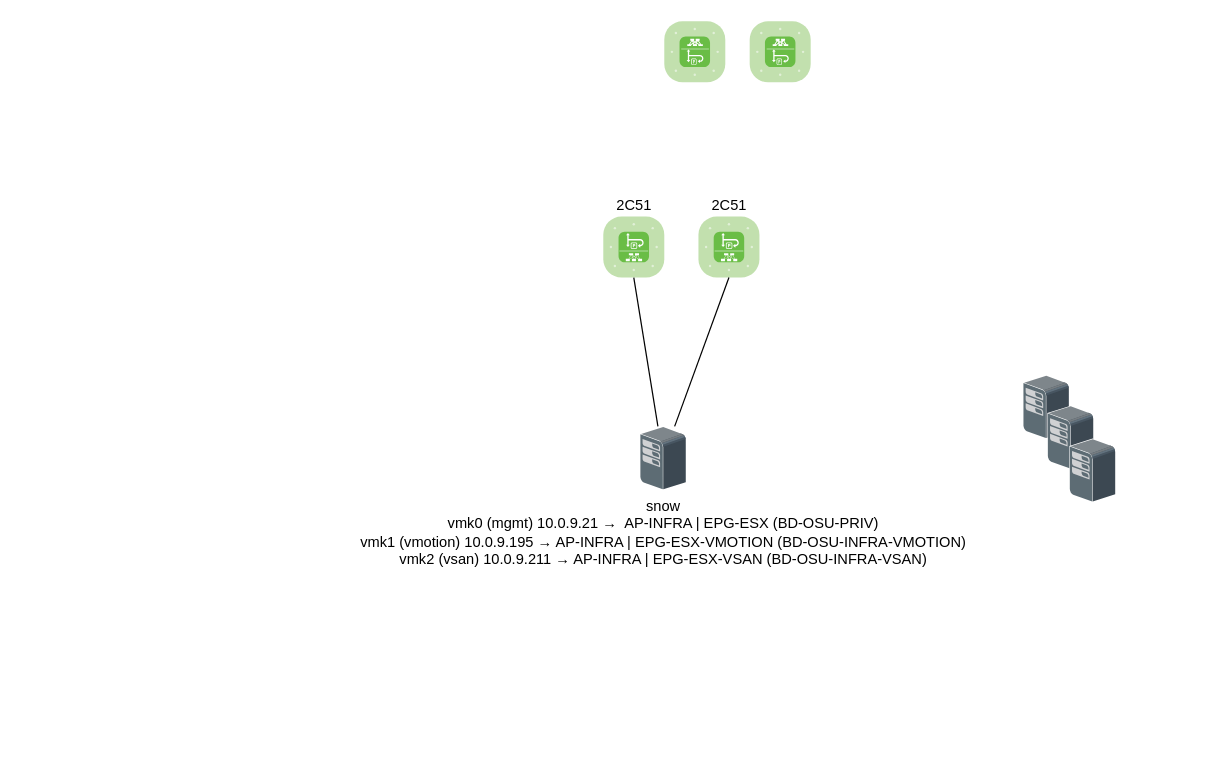
Above: osug/bug-snow.drawio in remche/diagrams (draw.io), before the change. Source tidied: cells renumbered, new cells numbered last; positions are measured from the earlier drawing's top-left corner, leaving out a move shared by most shapes. Both pictures are drawn from the tidied source at 122%, with x=0, y=0 at pixel (603, 21).
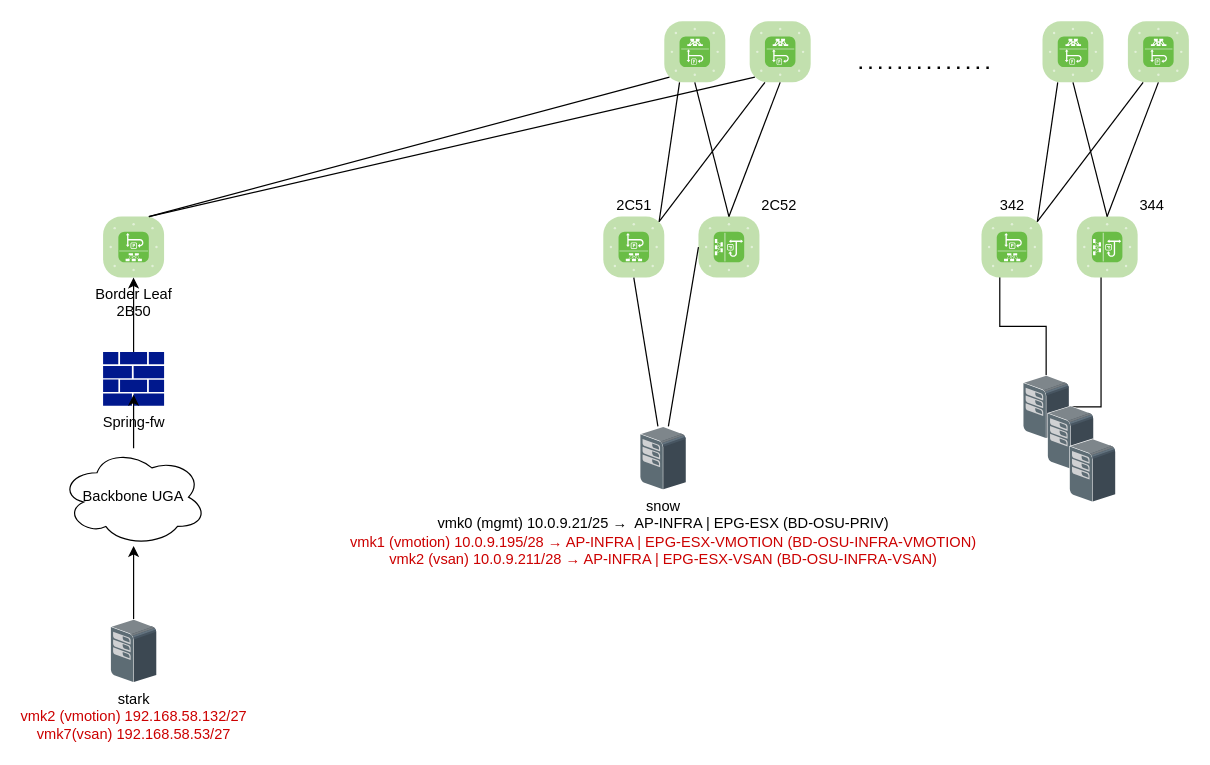
The same page after the edit.

The change refers to these unchanged cells:
```xml
<mxCell id="3" style="shadow=0;dashed=0;html=1;labelPosition=center;verticalLabelPosition=bottom;verticalAlign=top;align=center;outlineConnect=0;shape=mxgraph.veeam.3d.esx_esxi;" parent="1" vertex="1">
  <mxGeometry x="344" y="290" width="38" height="52" as="geometry" />
</mxCell>
<mxCell id="6" value="2C51" style="verticalLabelPosition=top;html=1;fillColor=#6ABD46;strokeColor=#ffffff;verticalAlign=bottom;align=center;points=[[0.085,0.085,0],[0.915,0.085,0],[0.915,0.915,0],[0.085,0.915,0],[0.25,0,0],[0.5,0,0],[0.75,0,0],[1,0.25,0],[1,0.5,0],[1,0.75,0],[0.75,1,0],[0.5,1,0],[0.25,1,0],[0,0.75,0],[0,0.5,0],[0,0.25,0]];shape=mxgraph.cisco_safe.compositeIcon;bgIcon=mxgraph.cisco_safe.architecture.generic_appliance;resIcon=mxgraph.cisco_safe.architecture.aci_leaf_switch;labelPosition=center;" parent="1" vertex="1">
  <mxGeometry y="160" width="50" height="50" as="geometry" />
</mxCell>
<mxCell id="8" style="verticalLabelPosition=bottom;html=1;fillColor=#6ABD46;strokeColor=#ffffff;verticalAlign=top;align=center;points=[[0.085,0.085,0],[0.915,0.085,0],[0.915,0.915,0],[0.085,0.915,0],[0.25,0,0],[0.5,0,0],[0.75,0,0],[1,0.25,0],[1,0.5,0],[1,0.75,0],[0.75,1,0],[0.5,1,0],[0.25,1,0],[0,0.75,0],[0,0.5,0],[0,0.25,0]];shape=mxgraph.cisco_safe.compositeIcon;bgIcon=mxgraph.cisco_safe.architecture.generic_appliance;resIcon=mxgraph.cisco_safe.architecture.aci_spine_switch;" parent="1" vertex="1">
  <mxGeometry x="50" width="50" height="50" as="geometry" />
</mxCell>
<mxCell id="9" style="verticalLabelPosition=bottom;html=1;fillColor=#6ABD46;strokeColor=#ffffff;verticalAlign=top;align=center;points=[[0.085,0.085,0],[0.915,0.085,0],[0.915,0.915,0],[0.085,0.915,0],[0.25,0,0],[0.5,0,0],[0.75,0,0],[1,0.25,0],[1,0.5,0],[1,0.75,0],[0.75,1,0],[0.5,1,0],[0.25,1,0],[0,0.75,0],[0,0.5,0],[0,0.25,0]];shape=mxgraph.cisco_safe.compositeIcon;bgIcon=mxgraph.cisco_safe.architecture.generic_appliance;resIcon=mxgraph.cisco_safe.architecture.aci_spine_switch;" parent="1" vertex="1">
  <mxGeometry x="120" width="50" height="50" as="geometry" />
</mxCell>
```

Diff of the diagram source:
```diff
@@
-    <mxCell id="2" value="&lt;div&gt;snow&lt;/div&gt;&lt;div&gt;vmk0 (mgmt) 10.0.9.21 →&amp;nbsp; AP-INFRA | EPG-ESX (BD-OSU-PRIV)&lt;br&gt;&lt;/div&gt;&lt;div&gt;vmk1 (vmotion) 10.0.9.195 → AP-INFRA | EPG-ESX-VMOTION (BD-OSU-INFRA-VMOTION)&lt;/div&gt;&lt;div&gt;vmk2 (vsan) 10.0.9.211 → AP-INFRA | EPG-ESX-VSAN (BD-OSU-INFRA-VSAN)&lt;/div&gt;" style="shadow=0;dashed=0;html=1;labelPosition=center;verticalLabelPosition=bottom;verticalAlign=top;align=center;outlineConnect=0;shape=mxgraph.veeam.3d.esx_esxi;" parent="1" vertex="1">
+    <mxCell id="2" value="&lt;div&gt;snow&lt;/div&gt;&lt;div&gt;vmk0 (mgmt) 10.0.9.21/25 →&amp;nbsp; AP-INFRA | EPG-ESX (BD-OSU-PRIV)&lt;br&gt;&lt;/div&gt;&lt;div&gt;&lt;font color=&quot;#CC0000&quot;&gt;vmk1 (vmotion) 10.0.9.195/28 → AP-INFRA | EPG-ESX-VMOTION (BD-OSU-INFRA-VMOTION)&lt;/font&gt;&lt;/div&gt;&lt;div&gt;&lt;font color=&quot;#CC0000&quot;&gt;vmk2 (vsan) 10.0.9.211/28 → AP-INFRA | EPG-ESX-VSAN (BD-OSU-INFRA-VSAN)&lt;/font&gt;&lt;/div&gt;" style="shadow=0;dashed=0;html=1;labelPosition=center;verticalLabelPosition=bottom;verticalAlign=top;align=center;outlineConnect=0;shape=mxgraph.veeam.3d.esx_esxi;" parent="1" vertex="1">
       <mxGeometry x="30" y="332" width="38" height="52" as="geometry" />
     </mxCell>
+    <mxCell id="12" style="edgeStyle=orthogonalEdgeStyle;rounded=0;jettySize=auto;html=1;entryX=0.3;entryY=0.7;entryDx=0;entryDy=0;entryPerimeter=0;" parent="1" edge="1" source="3" target="27">
+      <mxGeometry relative="1" as="geometry" />
+    </mxCell>
+    <mxCell id="13" style="edgeStyle=orthogonalEdgeStyle;rounded=0;jettySize=auto;html=1;entryX=0.48;entryY=0.6;entryDx=0;entryDy=0;entryPerimeter=0;" parent="1" edge="1" source="3" target="28">
+      <mxGeometry relative="1" as="geometry" />
+    </mxCell>
@@
-    <mxCell id="7" value="2C51" style="verticalLabelPosition=top;html=1;fillColor=#6ABD46;strokeColor=#ffffff;verticalAlign=bottom;align=center;points=[[0.085,0.085,0],[0.915,0.085,0],[0.915,0.915,0],[0.085,0.915,0],[0.25,0,0],[0.5,0,0],[0.75,0,0],[1,0.25,0],[1,0.5,0],[1,0.75,0],[0.75,1,0],[0.5,1,0],[0.25,1,0],[0,0.75,0],[0,0.5,0],[0,0.25,0]];shape=mxgraph.cisco_safe.compositeIcon;bgIcon=mxgraph.cisco_safe.architecture.generic_appliance;resIcon=mxgraph.cisco_safe.architecture.aci_leaf_switch;labelPosition=center;" parent="1" vertex="1">
+    <mxCell id="7" value="&lt;div&gt;2C52&lt;/div&gt;" style="verticalLabelPosition=top;html=1;fillColor=#6ABD46;strokeColor=#ffffff;verticalAlign=bottom;align=left;points=[[0.085,0.085,0],[0.915,0.085,0],[0.915,0.915,0],[0.085,0.915,0],[0.25,0,0],[0.5,0,0],[0.75,0,0],[1,0.25,0],[1,0.5,0],[1,0.75,0],[0.75,1,0],[0.5,1,0],[0.25,1,0],[0,0.75,0],[0,0.5,0],[0,0.25,0]];shape=mxgraph.cisco_safe.compositeIcon;bgIcon=mxgraph.cisco_safe.architecture.generic_appliance;resIcon=mxgraph.cisco_safe.architecture.aci_leaf_switch;labelPosition=right;direction=south;" parent="1" vertex="1">
       <mxGeometry x="78" y="160" width="50" height="50" as="geometry" />
     </mxCell>
@@
+    <mxCell id="14" style="endArrow=none;html=1;entryX=0.25;entryY=1;entryDx=0;entryDy=0;entryPerimeter=0;exitX=0.915;exitY=0.085;exitDx=0;exitDy=0;exitPerimeter=0;" parent="1" edge="1" source="6" target="8">
+      <mxGeometry relative="1" as="geometry" />
+    </mxCell>
+    <mxCell id="15" style="endArrow=none;html=1;entryX=0.25;entryY=1;entryDx=0;entryDy=0;entryPerimeter=0;exitX=0.915;exitY=0.085;exitDx=0;exitDy=0;exitPerimeter=0;" parent="1" edge="1" source="6" target="9">
+      <mxGeometry relative="1" as="geometry" />
+    </mxCell>
+    <mxCell id="16" style="endArrow=none;html=1;entryX=0.5;entryY=1;entryDx=0;entryDy=0;entryPerimeter=0;exitX=0;exitY=0.5;exitDx=0;exitDy=0;exitPerimeter=0;" parent="1" edge="1" source="7" target="8">
+      <mxGeometry relative="1" as="geometry" />
+    </mxCell>
+    <mxCell id="17" style="endArrow=none;html=1;entryX=0.5;entryY=1;entryDx=0;entryDy=0;entryPerimeter=0;exitX=0;exitY=0.5;exitDx=0;exitDy=0;exitPerimeter=0;" parent="1" edge="1" source="7" target="9">
+      <mxGeometry relative="1" as="geometry" />
+    </mxCell>
+    <mxCell id="18" value="Border Leaf&lt;br&gt;2B50" style="verticalLabelPosition=bottom;html=1;fillColor=#6ABD46;strokeColor=#ffffff;verticalAlign=top;align=center;points=[[0.085,0.085,0],[0.915,0.085,0],[0.915,0.915,0],[0.085,0.915,0],[0.25,0,0],[0.5,0,0],[0.75,0,0],[1,0.25,0],[1,0.5,0],[1,0.75,0],[0.75,1,0],[0.5,1,0],[0.25,1,0],[0,0.75,0],[0,0.5,0],[0,0.25,0]];shape=mxgraph.cisco_safe.compositeIcon;bgIcon=mxgraph.cisco_safe.architecture.generic_appliance;resIcon=mxgraph.cisco_safe.architecture.aci_leaf_switch;" parent="1" vertex="1">
+      <mxGeometry x="-410" y="160" width="50" height="50" as="geometry" />
+    </mxCell>
+    <mxCell id="19" style="endArrow=none;html=1;entryX=0.085;entryY=0.915;entryDx=0;entryDy=0;entryPerimeter=0;exitX=0.75;exitY=0;exitDx=0;exitDy=0;exitPerimeter=0;" parent="1" edge="1" source="18" target="8">
+      <mxGeometry relative="1" as="geometry" />
+    </mxCell>
+    <mxCell id="20" style="endArrow=none;html=1;entryX=0.085;entryY=0.915;entryDx=0;entryDy=0;entryPerimeter=0;exitX=0.75;exitY=0;exitDx=0;exitDy=0;exitPerimeter=0;" parent="1" edge="1" source="18" target="9">
+      <mxGeometry relative="1" as="geometry" />
+    </mxCell>
+    <mxCell id="21" style="edgeStyle=orthogonalEdgeStyle;rounded=0;jettySize=auto;html=1;entryX=0.5;entryY=1;entryDx=0;entryDy=0;entryPerimeter=0;" parent="1" edge="1" source="22" target="18">
+      <mxGeometry relative="1" as="geometry" />
+    </mxCell>
+    <mxCell id="22" value="Spring-fw" style="shadow=0;dashed=0;html=1;strokeColor=none;labelPosition=center;verticalLabelPosition=bottom;verticalAlign=top;align=center;fillColor=#00188D;shape=mxgraph.mscae.enterprise.firewall;" parent="1" vertex="1">
+      <mxGeometry x="-410" y="271" width="50" height="44" as="geometry" />
+    </mxCell>
+    <mxCell id="23" style="edgeStyle=orthogonalEdgeStyle;rounded=0;jettySize=auto;html=1;" parent="1" edge="1" source="24" target="26">
+      <mxGeometry relative="1" as="geometry" />
+    </mxCell>
+    <mxCell id="24" value="&lt;div&gt;stark&lt;/div&gt;&lt;div&gt;&lt;font color=&quot;#CC0000&quot;&gt;vmk2 (vmotion) 192.168.58.132/27&lt;/font&gt;&lt;/div&gt;&lt;div&gt;&lt;font color=&quot;#CC0000&quot;&gt;vmk7(vsan) 192.168.58.53/27&lt;/font&gt;&lt;br&gt;&lt;/div&gt;" style="shadow=0;dashed=0;html=1;labelPosition=center;verticalLabelPosition=bottom;verticalAlign=top;align=center;outlineConnect=0;shape=mxgraph.veeam.3d.esx_esxi;" parent="1" vertex="1">
+      <mxGeometry x="-404" y="490" width="38" height="52" as="geometry" />
+    </mxCell>
+    <mxCell id="25" style="edgeStyle=orthogonalEdgeStyle;rounded=0;jettySize=auto;html=1;entryX=0.5;entryY=0.795;entryDx=0;entryDy=0;entryPerimeter=0;" parent="1" edge="1" source="26" target="22">
+      <mxGeometry relative="1" as="geometry" />
+    </mxCell>
+    <mxCell id="26" value="Backbone UGA" style="ellipse;shape=cloud;whiteSpace=wrap;html=1;" parent="1" vertex="1">
+      <mxGeometry x="-445" y="350" width="120" height="80" as="geometry" />
+    </mxCell>
+    <mxCell id="27" value="342" style="verticalLabelPosition=top;html=1;fillColor=#6ABD46;strokeColor=#ffffff;verticalAlign=bottom;align=center;points=[[0.085,0.085,0],[0.915,0.085,0],[0.915,0.915,0],[0.085,0.915,0],[0.25,0,0],[0.5,0,0],[0.75,0,0],[1,0.25,0],[1,0.5,0],[1,0.75,0],[0.75,1,0],[0.5,1,0],[0.25,1,0],[0,0.75,0],[0,0.5,0],[0,0.25,0]];shape=mxgraph.cisco_safe.compositeIcon;bgIcon=mxgraph.cisco_safe.architecture.generic_appliance;resIcon=mxgraph.cisco_safe.architecture.aci_leaf_switch;labelPosition=center;" parent="1" vertex="1">
+      <mxGeometry x="310" y="160" width="50" height="50" as="geometry" />
+    </mxCell>
+    <mxCell id="28" value="344" style="verticalLabelPosition=top;html=1;fillColor=#6ABD46;strokeColor=#ffffff;verticalAlign=bottom;align=left;points=[[0.085,0.085,0],[0.915,0.085,0],[0.915,0.915,0],[0.085,0.915,0],[0.25,0,0],[0.5,0,0],[0.75,0,0],[1,0.25,0],[1,0.5,0],[1,0.75,0],[0.75,1,0],[0.5,1,0],[0.25,1,0],[0,0.75,0],[0,0.5,0],[0,0.25,0]];shape=mxgraph.cisco_safe.compositeIcon;bgIcon=mxgraph.cisco_safe.architecture.generic_appliance;resIcon=mxgraph.cisco_safe.architecture.aci_leaf_switch;labelPosition=right;direction=south;" parent="1" vertex="1">
+      <mxGeometry x="388" y="160" width="50" height="50" as="geometry" />
+    </mxCell>
+    <mxCell id="29" style="verticalLabelPosition=bottom;html=1;fillColor=#6ABD46;strokeColor=#ffffff;verticalAlign=top;align=center;points=[[0.085,0.085,0],[0.915,0.085,0],[0.915,0.915,0],[0.085,0.915,0],[0.25,0,0],[0.5,0,0],[0.75,0,0],[1,0.25,0],[1,0.5,0],[1,0.75,0],[0.75,1,0],[0.5,1,0],[0.25,1,0],[0,0.75,0],[0,0.5,0],[0,0.25,0]];shape=mxgraph.cisco_safe.compositeIcon;bgIcon=mxgraph.cisco_safe.architecture.generic_appliance;resIcon=mxgraph.cisco_safe.architecture.aci_spine_switch;" parent="1" vertex="1">
+      <mxGeometry x="360" width="50" height="50" as="geometry" />
+    </mxCell>
+    <mxCell id="30" style="verticalLabelPosition=bottom;html=1;fillColor=#6ABD46;strokeColor=#ffffff;verticalAlign=top;align=center;points=[[0.085,0.085,0],[0.915,0.085,0],[0.915,0.915,0],[0.085,0.915,0],[0.25,0,0],[0.5,0,0],[0.75,0,0],[1,0.25,0],[1,0.5,0],[1,0.75,0],[0.75,1,0],[0.5,1,0],[0.25,1,0],[0,0.75,0],[0,0.5,0],[0,0.25,0]];shape=mxgraph.cisco_safe.compositeIcon;bgIcon=mxgraph.cisco_safe.architecture.generic_appliance;resIcon=mxgraph.cisco_safe.architecture.aci_spine_switch;" parent="1" vertex="1">
+      <mxGeometry x="430" width="50" height="50" as="geometry" />
+    </mxCell>
+    <mxCell id="31" style="endArrow=none;html=1;entryX=0.25;entryY=1;entryDx=0;entryDy=0;entryPerimeter=0;exitX=0.915;exitY=0.085;exitDx=0;exitDy=0;exitPerimeter=0;" parent="1" edge="1" source="27" target="29">
+      <mxGeometry relative="1" as="geometry" />
+    </mxCell>
+    <mxCell id="32" style="endArrow=none;html=1;entryX=0.25;entryY=1;entryDx=0;entryDy=0;entryPerimeter=0;exitX=0.915;exitY=0.085;exitDx=0;exitDy=0;exitPerimeter=0;" parent="1" edge="1" source="27" target="30">
+      <mxGeometry relative="1" as="geometry" />
+    </mxCell>
+    <mxCell id="33" style="endArrow=none;html=1;entryX=0.5;entryY=1;entryDx=0;entryDy=0;entryPerimeter=0;exitX=0;exitY=0.5;exitDx=0;exitDy=0;exitPerimeter=0;" parent="1" edge="1" source="28" target="29">
+      <mxGeometry relative="1" as="geometry" />
+    </mxCell>
+    <mxCell id="34" style="endArrow=none;html=1;entryX=0.5;entryY=1;entryDx=0;entryDy=0;entryPerimeter=0;exitX=0;exitY=0.5;exitDx=0;exitDy=0;exitPerimeter=0;" parent="1" edge="1" source="28" target="30">
+      <mxGeometry relative="1" as="geometry" />
+    </mxCell>
+    <mxCell id="35" style="endArrow=none;dashed=1;html=1;dashPattern=1 3;strokeWidth=2;" parent="1" edge="1">
+      <mxGeometry relative="1" as="geometry">
+        <mxPoint x="210" y="38" as="sourcePoint" />
+        <mxPoint x="320" y="38" as="targetPoint" />
+      </mxGeometry>
+    </mxCell>
```
